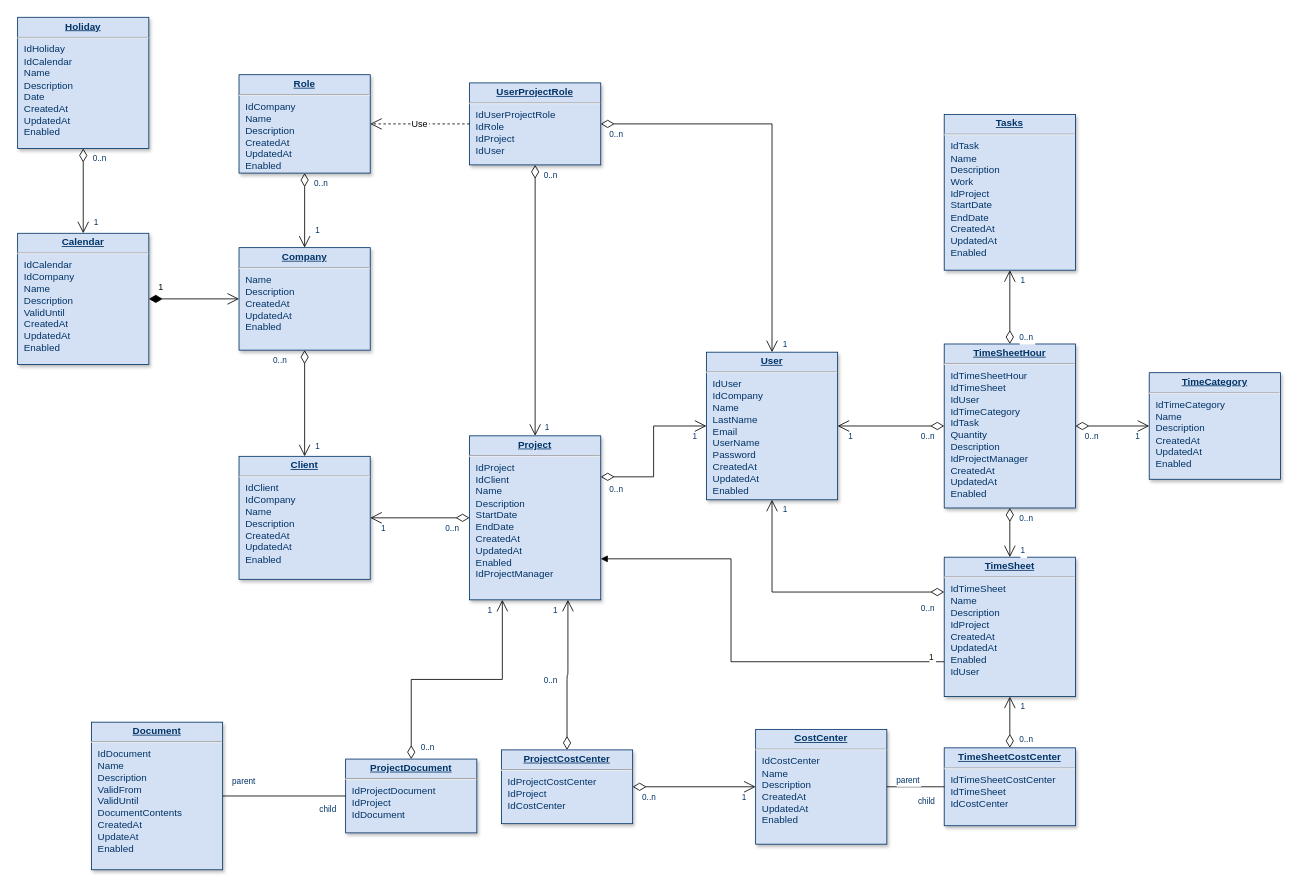
Earlier version of the draw.io diagram Диаграмма без названия.drawio (agatiks/tink_bd). Source tidied: cells renumbered, new cells numbered last; positions are measured from the earlier drawing's top-left corner, leaving out a move shared by most shapes. Both pictures are drawn from the tidied source at 82%, with x=0, y=0 at pixel (17, 17).
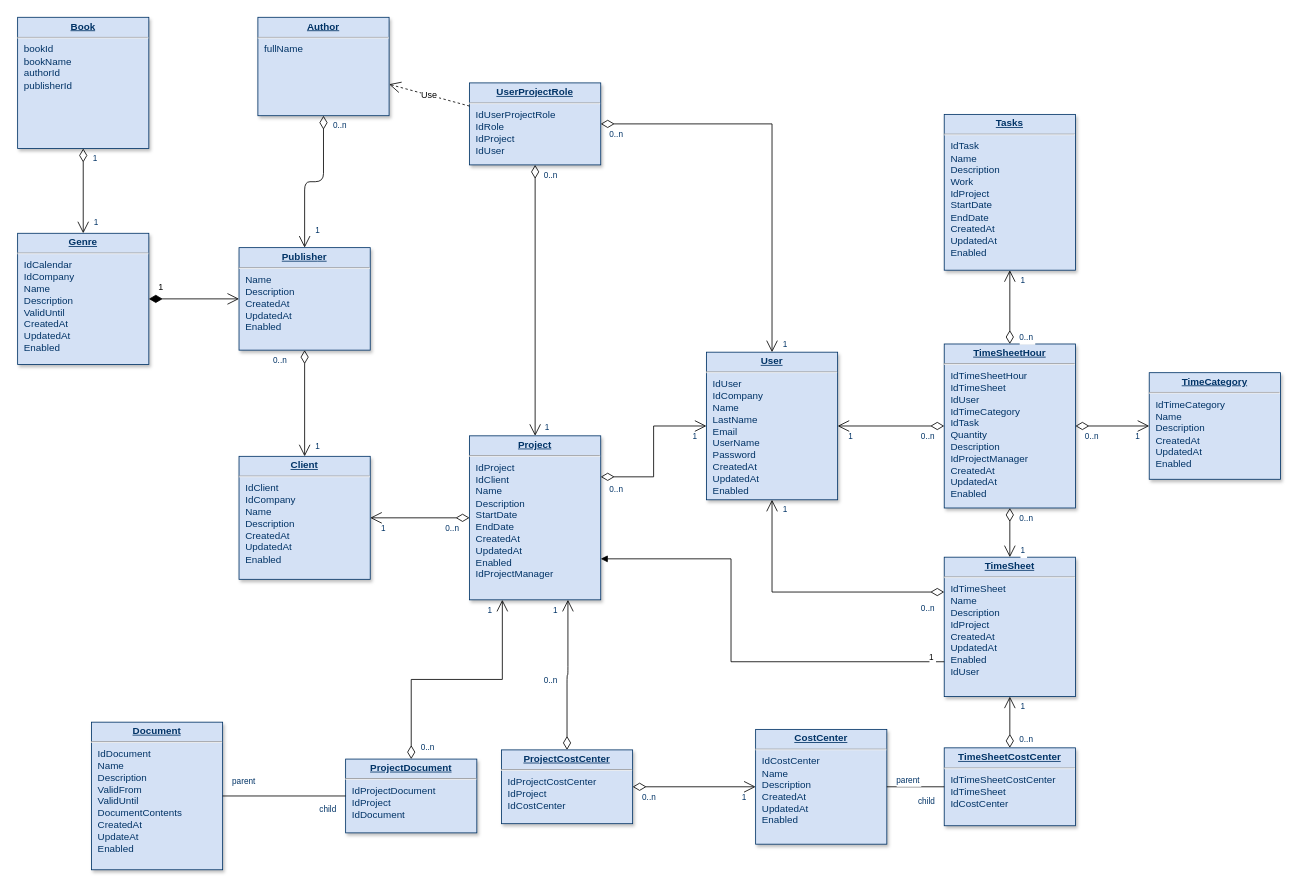
After the change.

The change refers to these unchanged cells:
```xml
<mxCell id="61" style="endArrow=open;endSize=12;startArrow=diamondThin;startSize=14;startFill=0;edgeStyle=orthogonalEdgeStyle;" parent="1" edge="1" source="8" target="4">
  <mxGeometry x="620" y="340" as="geometry" />
</mxCell>
```

What changed in the source:
```diff
@@
-    <mxCell id="2" value="&lt;p style=&quot;margin: 0px; margin-top: 4px; text-align: center; text-decoration: underline;&quot;&gt;&lt;strong&gt;Role&lt;/strong&gt;&lt;/p&gt;&lt;hr /&gt;&lt;p style=&quot;margin: 0px; margin-left: 8px;&quot;&gt;IdCompany&lt;br /&gt;Name&lt;/p&gt;&lt;p style=&quot;margin: 0px; margin-left: 8px;&quot;&gt;Description&lt;/p&gt;&lt;p style=&quot;margin: 0px; margin-left: 8px;&quot;&gt;CreatedAt&lt;/p&gt;&lt;p style=&quot;margin: 0px; margin-left: 8px;&quot;&gt;UpdatedAt&lt;/p&gt;&lt;p style=&quot;margin: 0px; margin-left: 8px;&quot;&gt;Enabled&lt;/p&gt;" style="verticalAlign=top;align=left;overflow=fill;fontSize=12;fontFamily=Helvetica;html=1;strokeColor=#003366;shadow=1;fillColor=#D4E1F5;fontColor=#003366;" parent="1" vertex="1">
-      <mxGeometry x="270" y="69.6" width="160" height="120" as="geometry" />
+    <mxCell id="2" value="&lt;p style=&quot;margin: 0px; margin-top: 4px; text-align: center; text-decoration: underline;&quot;&gt;&lt;b&gt;Author&lt;/b&gt;&lt;/p&gt;&lt;hr&gt;&lt;p style=&quot;margin: 0px; margin-left: 8px;&quot;&gt;fullName&lt;/p&gt;&lt;p style=&quot;margin: 0px; margin-left: 8px;&quot;&gt;&lt;br&gt;&lt;/p&gt;" style="verticalAlign=top;align=left;overflow=fill;fontSize=12;fontFamily=Helvetica;html=1;strokeColor=#003366;shadow=1;fillColor=#D4E1F5;fontColor=#003366;" parent="1" vertex="1">
+      <mxGeometry x="293" y="-0.4" width="160" height="120" as="geometry" />
     </mxCell>
-    <mxCell id="3" value="&lt;p style=&quot;margin: 0px; margin-top: 4px; text-align: center; text-decoration: underline;&quot;&gt;&lt;strong&gt;Company&lt;/strong&gt;&lt;/p&gt;&lt;hr /&gt;&lt;p style=&quot;margin: 0px; margin-left: 8px;&quot;&gt;Name&lt;/p&gt;&lt;p style=&quot;margin: 0px; margin-left: 8px;&quot;&gt;Description&lt;/p&gt;&lt;p style=&quot;margin: 0px; margin-left: 8px;&quot;&gt;CreatedAt&lt;/p&gt;&lt;p style=&quot;margin: 0px; margin-left: 8px;&quot;&gt;UpdatedAt&lt;/p&gt;&lt;p style=&quot;margin: 0px; margin-left: 8px;&quot;&gt;Enabled&lt;/p&gt;" style="verticalAlign=top;align=left;overflow=fill;fontSize=12;fontFamily=Helvetica;html=1;strokeColor=#003366;shadow=1;fillColor=#D4E1F5;fontColor=#003366;" parent="1" vertex="1">
+    <mxCell id="3" value="&lt;p style=&quot;margin: 0px; margin-top: 4px; text-align: center; text-decoration: underline;&quot;&gt;&lt;strong&gt;Publish&lt;/strong&gt;&lt;strong style=&quot;background-color: initial;&quot;&gt;er&lt;/strong&gt;&lt;/p&gt;&lt;hr&gt;&lt;p style=&quot;margin: 0px; margin-left: 8px;&quot;&gt;Name&lt;/p&gt;&lt;p style=&quot;margin: 0px; margin-left: 8px;&quot;&gt;Description&lt;/p&gt;&lt;p style=&quot;margin: 0px; margin-left: 8px;&quot;&gt;CreatedAt&lt;/p&gt;&lt;p style=&quot;margin: 0px; margin-left: 8px;&quot;&gt;UpdatedAt&lt;/p&gt;&lt;p style=&quot;margin: 0px; margin-left: 8px;&quot;&gt;Enabled&lt;/p&gt;" style="verticalAlign=top;align=left;overflow=fill;fontSize=12;fontFamily=Helvetica;html=1;strokeColor=#003366;shadow=1;fillColor=#D4E1F5;fontColor=#003366;" parent="1" vertex="1">
       <mxGeometry x="270" y="280.5" width="160" height="125" as="geometry" />
     </mxCell>
-    <mxCell id="4" value="&lt;p style=&quot;margin: 0px; margin-top: 4px; text-align: center; text-decoration: underline;&quot;&gt;&lt;strong&gt;Calendar&lt;/strong&gt;&lt;/p&gt;&lt;hr /&gt;&lt;p style=&quot;margin: 0px; margin-left: 8px;&quot;&gt;IdCalendar&lt;/p&gt;&lt;p style=&quot;margin: 0px; margin-left: 8px;&quot;&gt;IdCompany&lt;/p&gt;&lt;p style=&quot;margin: 0px; margin-left: 8px;&quot;&gt;Name&lt;/p&gt;&lt;p style=&quot;margin: 0px; margin-left: 8px;&quot;&gt;Description&lt;/p&gt;&lt;p style=&quot;margin: 0px; margin-left: 8px;&quot;&gt;ValidUntil&lt;/p&gt;&lt;p style=&quot;margin: 0px; margin-left: 8px;&quot;&gt;CreatedAt&lt;/p&gt;&lt;p style=&quot;margin: 0px; margin-left: 8px;&quot;&gt;UpdatedAt&lt;/p&gt;&lt;p style=&quot;margin: 0px; margin-left: 8px;&quot;&gt;Enabled&lt;/p&gt;" style="verticalAlign=top;align=left;overflow=fill;fontSize=12;fontFamily=Helvetica;html=1;strokeColor=#003366;shadow=1;fillColor=#D4E1F5;fontColor=#003366;" parent="1" vertex="1">
+    <mxCell id="4" value="&lt;p style=&quot;margin: 0px; margin-top: 4px; text-align: center; text-decoration: underline;&quot;&gt;&lt;b&gt;Genre&lt;/b&gt;&lt;/p&gt;&lt;hr&gt;&lt;p style=&quot;margin: 0px; margin-left: 8px;&quot;&gt;IdCalendar&lt;/p&gt;&lt;p style=&quot;margin: 0px; margin-left: 8px;&quot;&gt;IdCompany&lt;/p&gt;&lt;p style=&quot;margin: 0px; margin-left: 8px;&quot;&gt;Name&lt;/p&gt;&lt;p style=&quot;margin: 0px; margin-left: 8px;&quot;&gt;Description&lt;/p&gt;&lt;p style=&quot;margin: 0px; margin-left: 8px;&quot;&gt;ValidUntil&lt;/p&gt;&lt;p style=&quot;margin: 0px; margin-left: 8px;&quot;&gt;CreatedAt&lt;/p&gt;&lt;p style=&quot;margin: 0px; margin-left: 8px;&quot;&gt;UpdatedAt&lt;/p&gt;&lt;p style=&quot;margin: 0px; margin-left: 8px;&quot;&gt;Enabled&lt;/p&gt;" style="verticalAlign=top;align=left;overflow=fill;fontSize=12;fontFamily=Helvetica;html=1;strokeColor=#003366;shadow=1;fillColor=#D4E1F5;fontColor=#003366;" parent="1" vertex="1">
       <mxGeometry y="263" width="160" height="160" as="geometry" />
     </mxCell>
@@
-    <mxCell id="8" value="&lt;p style=&quot;margin: 0px; margin-top: 4px; text-align: center; text-decoration: underline;&quot;&gt;&lt;strong&gt;Holiday&lt;/strong&gt;&lt;/p&gt;&lt;hr /&gt;&lt;p style=&quot;margin: 0px; margin-left: 8px;&quot;&gt;IdHoliday&lt;/p&gt;&lt;p style=&quot;margin: 0px; margin-left: 8px;&quot;&gt;IdCalendar&lt;/p&gt;&lt;p style=&quot;margin: 0px; margin-left: 8px;&quot;&gt;Name&lt;/p&gt;&lt;p style=&quot;margin: 0px; margin-left: 8px;&quot;&gt;Description&lt;/p&gt;&lt;p style=&quot;margin: 0px; margin-left: 8px;&quot;&gt;Date&lt;/p&gt;&lt;p style=&quot;margin: 0px; margin-left: 8px;&quot;&gt;CreatedAt&lt;/p&gt;&lt;p style=&quot;margin: 0px; margin-left: 8px;&quot;&gt;UpdatedAt&lt;/p&gt;&lt;p style=&quot;margin: 0px; margin-left: 8px;&quot;&gt;Enabled&lt;/p&gt;" style="verticalAlign=top;align=left;overflow=fill;fontSize=12;fontFamily=Helvetica;html=1;strokeColor=#003366;shadow=1;fillColor=#D4E1F5;fontColor=#003366;" parent="1" vertex="1">
+    <mxCell id="8" value="&lt;p style=&quot;margin: 0px; margin-top: 4px; text-align: center; text-decoration: underline;&quot;&gt;&lt;b&gt;Book&lt;/b&gt;&lt;/p&gt;&lt;hr&gt;&lt;p style=&quot;margin: 0px; margin-left: 8px;&quot;&gt;bookId&lt;/p&gt;&lt;p style=&quot;margin: 0px; margin-left: 8px;&quot;&gt;bookName&lt;/p&gt;&lt;p style=&quot;margin: 0px; margin-left: 8px;&quot;&gt;authorId&lt;/p&gt;&lt;p style=&quot;margin: 0px; margin-left: 8px;&quot;&gt;publisherId&lt;/p&gt;&lt;p style=&quot;margin: 0px; margin-left: 8px;&quot;&gt;&lt;br&gt;&lt;/p&gt;" style="verticalAlign=top;align=left;overflow=fill;fontSize=12;fontFamily=Helvetica;html=1;strokeColor=#003366;shadow=1;fillColor=#D4E1F5;fontColor=#003366;" parent="1" vertex="1">
       <mxGeometry y="-0.4" width="160" height="160" as="geometry" />
     </mxCell>
@@
-    <mxCell id="62" value="0..n" style="align=left;verticalAlign=top;labelBackgroundColor=#ffffff;fontSize=10;strokeColor=#003366;shadow=1;fillColor=#D4E1F5;fontColor=#003366;" parent="61" vertex="1">
+    <mxCell id="62" value="1" style="align=left;verticalAlign=top;labelBackgroundColor=#ffffff;fontSize=10;strokeColor=#003366;shadow=1;fillColor=#D4E1F5;fontColor=#003366;" parent="61" vertex="1">
       <mxGeometry x="-1" relative="1" as="geometry">
         <mxPoint x="10" as="offset" />
       </mxGeometry>
     </mxCell>
```
